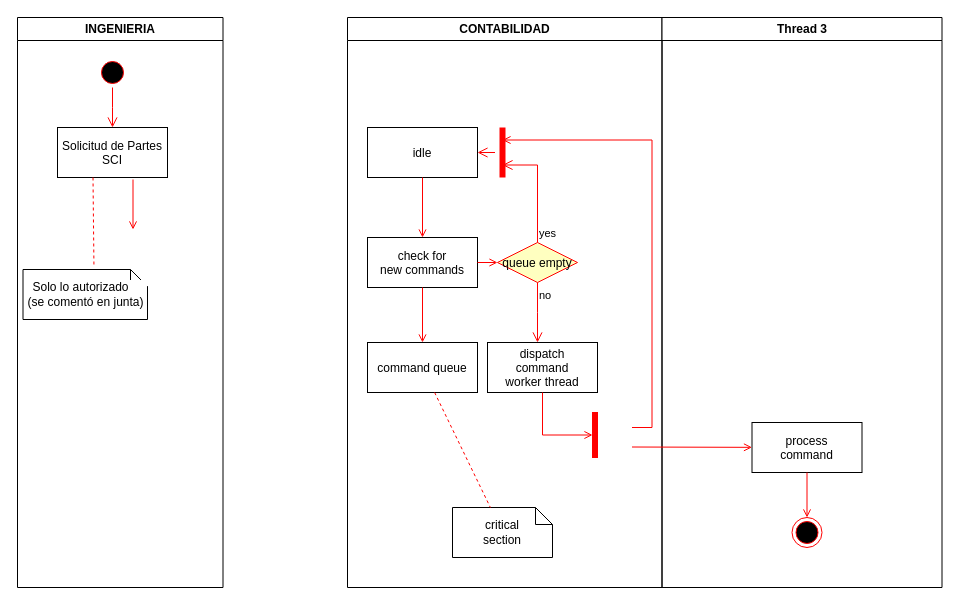
Above: Flujos/D-Actividades-SCI-Servicios-Ingenieria.drawio in RaulGutierrezCarmona/Diagrams (draw.io), before the change. Source tidied: cells renumbered, new cells numbered last; positions are measured from the earlier drawing's top-left corner, leaving out a move shared by most shapes. Both pictures are drawn from the tidied source at 100%, with x=0, y=0 at pixel (17, 17).
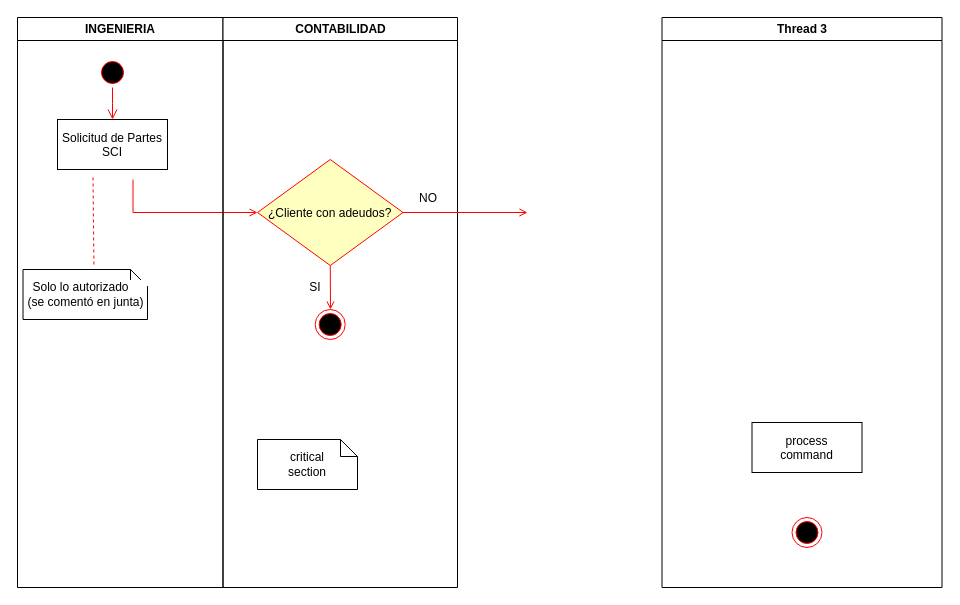
The same diagram, later.

Unchanged cells that the change refers to:
```xml
<mxCell id="2" value="INGENIERIA" style="swimlane;whiteSpace=wrap;" parent="1" vertex="1">
  <mxGeometry width="205.5" height="570" as="geometry" />
</mxCell>
<mxCell id="26" value="Thread 3" style="swimlane;whiteSpace=wrap;" parent="1" vertex="1">
  <mxGeometry x="644.5" width="280" height="570" as="geometry" />
</mxCell>
<mxCell id="27" value="process&#10;command" parent="26" vertex="1">
  <mxGeometry x="90" y="405" width="110" height="50" as="geometry" />
</mxCell>
<mxCell id="30" style="ellipse;shape=endState;fillColor=#000000;strokeColor=#ff0000;" parent="26" vertex="1">
  <mxGeometry x="130" y="500" width="30" height="30" as="geometry" />
</mxCell>
```

What changed in the source:
```diff
@@
     <mxCell id="5" value="Solicitud de Partes&#10;SCI" parent="2" vertex="1">
-      <mxGeometry x="40" y="110" width="110" height="50" as="geometry" />
+      <mxGeometry x="40" y="102" width="110" height="50" as="geometry" />
     </mxCell>
-    <mxCell id="6" style="endArrow=open;strokeColor=#FF0000;endFill=1;rounded=0;" parent="2" edge="1">
+    <mxCell id="6" style="endArrow=open;strokeColor=#FF0000;endFill=1;rounded=0;edgeStyle=orthogonalEdgeStyle;entryX=0;entryY=0.5;entryDx=0;entryDy=0;" parent="2" edge="1" target="15">
       <mxGeometry x="1" y="-30" relative="1" as="geometry">
         <mxPoint x="115.5" y="162" as="sourcePoint" />
-        <mxPoint x="115.5" y="212" as="targetPoint" />
+        <Array as="points">
+          <mxPoint x="116" y="195" />
+        </Array>
         <mxPoint x="30" y="30" as="offset" />
       </mxGeometry>
     </mxCell>
@@
     <mxCell id="9" value="CONTABILIDAD" style="swimlane;whiteSpace=wrap;" parent="1" vertex="1">
-      <mxGeometry x="330" width="314.5" height="570" as="geometry" />
+      <mxGeometry x="205.5" width="234.5" height="570" as="geometry" />
     </mxCell>
-    <mxCell id="10" value="idle" parent="9" vertex="1">
-      <mxGeometry x="20" y="110" width="110" height="50" as="geometry" />
-    </mxCell>
-    <mxCell id="11" value="check for &#10;new commands" parent="9" vertex="1">
-      <mxGeometry x="20" y="220" width="110" height="50" as="geometry" />
-    </mxCell>
-    <mxCell id="12" style="endArrow=open;strokeColor=#FF0000;endFill=1;rounded=0;" parent="9" edge="1" source="10" target="11">
-      <mxGeometry relative="1" as="geometry" />
-    </mxCell>
-    <mxCell id="13" value="command queue" parent="9" vertex="1">
-      <mxGeometry x="20" y="325" width="110" height="50" as="geometry" />
-    </mxCell>
-    <mxCell id="14" style="endArrow=open;strokeColor=#FF0000;endFill=1;rounded=0;" parent="9" edge="1" source="11" target="13">
-      <mxGeometry relative="1" as="geometry" />
+    <mxCell id="14" style="endArrow=open;strokeColor=#FF0000;endFill=1;rounded=0;exitX=0.5;exitY=1;exitDx=0;exitDy=0;" parent="9" edge="1" source="15">
+      <mxGeometry x="-0.38" y="-22" relative="1" as="geometry">
+        <mxPoint x="107.5" y="292" as="targetPoint" />
+      </mxGeometry>
     </mxCell>
-    <mxCell id="15" value="queue empty" style="rhombus;fillColor=#ffffc0;strokeColor=#ff0000;" parent="9" vertex="1">
-      <mxGeometry x="150" y="225" width="80" height="40" as="geometry" />
+    <mxCell id="15" value="&#10;¿Cliente con adeudos?&#10;" style="rhombus;fillColor=#ffffc0;strokeColor=#ff0000;" parent="9" vertex="1">
+      <mxGeometry x="34.5" y="142" width="145.5" height="106" as="geometry" />
     </mxCell>
-    <mxCell id="16" value="yes" style="edgeStyle=elbowEdgeStyle;elbow=horizontal;align=left;verticalAlign=bottom;endArrow=open;endSize=8;strokeColor=#FF0000;exitX=0.5;exitY=0;endFill=1;rounded=0;entryX=0.75;entryY=0.5;entryPerimeter=0;" parent="9" edge="1" source="15" target="19">
-      <mxGeometry x="-1" relative="1" as="geometry">
-        <Array as="points">
-          <mxPoint x="190" y="180" />
-        </Array>
-      </mxGeometry>
-    </mxCell>
-    <mxCell id="17" value="no" style="edgeStyle=elbowEdgeStyle;elbow=horizontal;align=left;verticalAlign=top;endArrow=open;endSize=8;strokeColor=#FF0000;endFill=1;rounded=0;" parent="9" edge="1" source="15" target="21">
-      <mxGeometry x="-1" relative="1" as="geometry" />
-    </mxCell>
-    <mxCell id="18" style="endArrow=open;strokeColor=#FF0000;endFill=1;rounded=0;" parent="9" edge="1" source="11" target="15">
-      <mxGeometry relative="1" as="geometry" />
-    </mxCell>
-    <mxCell id="19" style="shape=line;strokeWidth=6;strokeColor=#ff0000;rotation=90;" parent="9" vertex="1">
-      <mxGeometry x="130" y="127.5" width="50" height="15" as="geometry" />
-    </mxCell>
-    <mxCell id="20" style="edgeStyle=elbowEdgeStyle;elbow=horizontal;verticalAlign=bottom;endArrow=open;endSize=8;strokeColor=#FF0000;endFill=1;rounded=0;" parent="9" edge="1" source="19" target="10">
-      <mxGeometry x="130" y="90" as="geometry" />
-    </mxCell>
-    <mxCell id="21" value="dispatch&#10;command&#10;worker thread" parent="9" vertex="1">
-      <mxGeometry x="140" y="325" width="110" height="50" as="geometry" />
-    </mxCell>
     <mxCell id="22" value="critical&#10;section" style="shape=note;whiteSpace=wrap;size=17;" parent="9" vertex="1">
-      <mxGeometry x="105" y="490" width="100" height="50" as="geometry" />
+      <mxGeometry x="34.5" y="422" width="100" height="50" as="geometry" />
     </mxCell>
-    <mxCell id="23" style="endArrow=none;strokeColor=#FF0000;endFill=0;rounded=0;dashed=1;" parent="9" edge="1" source="13" target="22">
-      <mxGeometry relative="1" as="geometry" />
-    </mxCell>
-    <mxCell id="24" style="whiteSpace=wrap;strokeColor=#FF0000;fillColor=#FF0000;" parent="9" vertex="1">
-      <mxGeometry x="245" y="395" width="5" height="45" as="geometry" />
-    </mxCell>
-    <mxCell id="25" style="edgeStyle=elbowEdgeStyle;elbow=horizontal;entryX=0;entryY=0.5;strokeColor=#FF0000;endArrow=open;endFill=1;rounded=0;" parent="9" edge="1" source="21" target="24">
-      <mxGeometry relative="1" as="geometry">
-        <Array as="points">
-          <mxPoint x="195" y="400" />
-        </Array>
-      </mxGeometry>
-    </mxCell>
+    <mxCell id="32" value="SI" style="text;html=1;strokeColor=none;fillColor=none;align=center;verticalAlign=middle;whiteSpace=wrap;rounded=0;labelBackgroundColor=default;" parent="9" vertex="1">
+      <mxGeometry x="74.5" y="255" width="35.5" height="30" as="geometry" />
+    </mxCell>
+    <mxCell id="33" style="edgeStyle=none;rounded=0;orthogonalLoop=1;jettySize=auto;html=1;exitX=0;exitY=0;exitDx=0;exitDy=0;" parent="9" edge="1" source="32" target="32">
+      <mxGeometry relative="1" as="geometry" />
+    </mxCell>
+    <mxCell id="34" style="ellipse;shape=endState;fillColor=#000000;strokeColor=#ff0000;" parent="9" vertex="1">
+      <mxGeometry x="92.2" y="292" width="30" height="30" as="geometry" />
+    </mxCell>
+    <mxCell id="35" value="NO" style="text;html=1;strokeColor=none;fillColor=none;align=center;verticalAlign=middle;whiteSpace=wrap;rounded=0;labelBackgroundColor=default;" parent="9" vertex="1">
+      <mxGeometry x="180" y="170" width="50" height="22" as="geometry" />
+    </mxCell>
+    <mxCell id="36" style="endArrow=open;strokeColor=#FF0000;endFill=1;rounded=0;entryX=0;entryY=0.5;entryDx=0;entryDy=0;exitX=1;exitY=0.5;exitDx=0;exitDy=0;" parent="9" edge="1" source="15">
+      <mxGeometry x="1" y="-30" relative="1" as="geometry">
+        <mxPoint x="304.5" y="195" as="targetPoint" />
+        <mxPoint x="30" y="30" as="offset" />
+      </mxGeometry>
+    </mxCell>
@@
-    <mxCell id="28" style="edgeStyle=elbowEdgeStyle;elbow=horizontal;strokeColor=#FF0000;endArrow=open;endFill=1;rounded=0;entryX=0.25;entryY=0.5;entryPerimeter=0;" parent="26" edge="1" target="19">
-      <mxGeometry relative="1" as="geometry">
-        <mxPoint x="-30" y="410" as="sourcePoint" />
-        <Array as="points">
-          <mxPoint x="-10" y="135" />
-        </Array>
-      </mxGeometry>
-    </mxCell>
-    <mxCell id="29" style="edgeStyle=none;strokeColor=#FF0000;endArrow=open;endFill=1;rounded=0;" parent="26" edge="1" target="27">
-      <mxGeometry relative="1" as="geometry">
-        <mxPoint x="-30" y="429.5" as="sourcePoint" />
-      </mxGeometry>
-    </mxCell>
@@
-    <mxCell id="31" style="endArrow=open;strokeColor=#FF0000;endFill=1;rounded=0;" parent="26" edge="1" source="27" target="30">
-      <mxGeometry relative="1" as="geometry" />
-    </mxCell>
```
